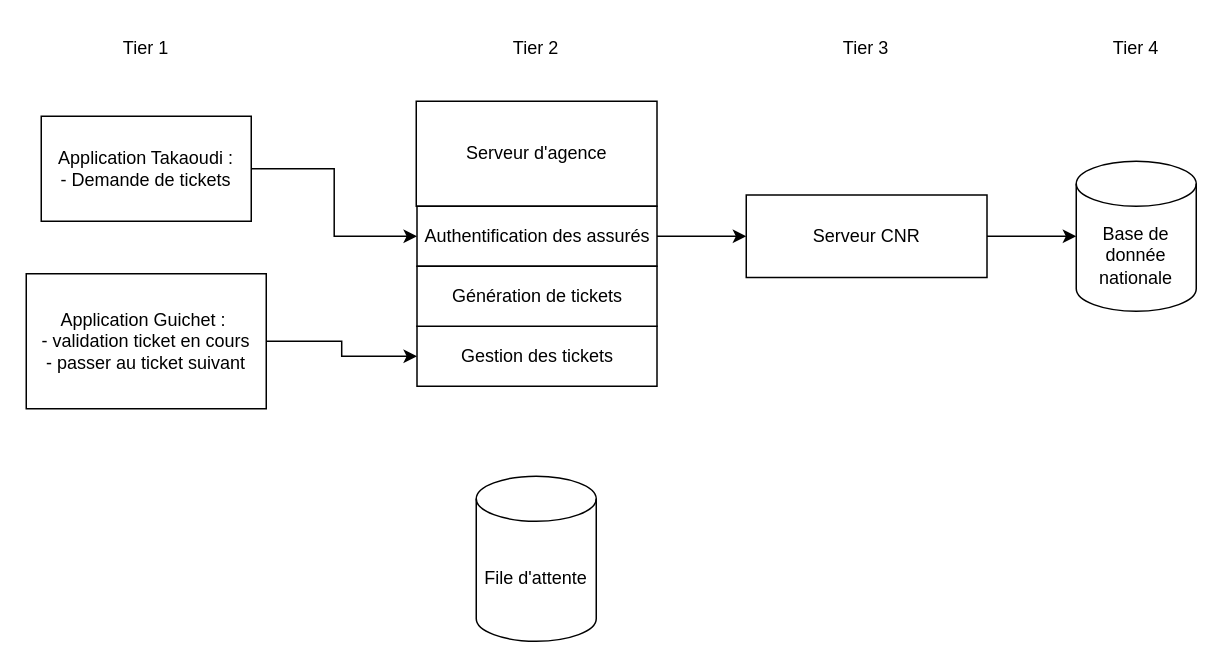
rryyyymmmmmmmm/e-tickets_takaoudi keeps this draw.io diagram as page "ArchitectureN-tier" (6 of 7) of diagrams/Diagramme.drawio. Above is the earlier version. Source tidied: cells renumbered, new cells numbered last; positions are measured from the earlier drawing's top-left corner, leaving out a move shared by most shapes. Both pictures are drawn from the tidied source at 150%, with x=0, y=0 at pixel (26, 26).
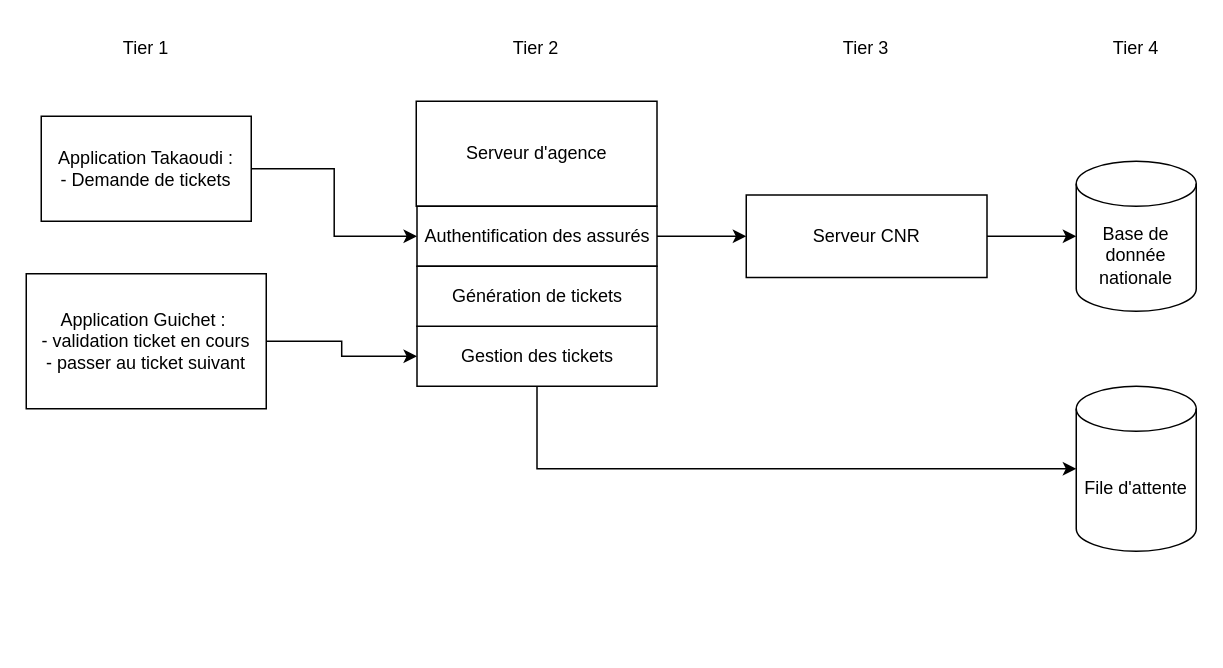
The same page after the edit.

What changed in the source:
```diff
@@
 <mxGraphModel>
   <root>
     <mxCell id="0" />
     <mxCell id="1" parent="0" />
     <mxCell id="2" value="File d'attente" style="shape=cylinder3;whiteSpace=wrap;html=1;boundedLbl=1;backgroundOutline=1;size=15;" parent="1" vertex="1">
-      <mxGeometry x="300" y="300" width="80" height="110" as="geometry" />
+      <mxGeometry x="700" y="240" width="80" height="110" as="geometry" />
     </mxCell>
     <mxCell id="3" style="edgeStyle=orthogonalEdgeStyle;rounded=0;jettySize=auto;html=1;exitX=1;exitY=0.5;exitDx=0;exitDy=0;entryX=0;entryY=0.5;entryDx=0;entryDy=0;" parent="1" edge="1" source="4" target="10">
       <mxGeometry relative="1" as="geometry" />
     </mxCell>
     <mxCell id="4" value="Application Takaoudi :&lt;div&gt;- Demande de tickets&lt;/div&gt;" style="rounded=0;whiteSpace=wrap;html=1;" parent="1" vertex="1">
       <mxGeometry x="10" y="60" width="140" height="70" as="geometry" />
     </mxCell>
+    <mxCell id="19" style="edgeStyle=orthogonalEdgeStyle;rounded=0;jettySize=auto;html=1;exitX=0.5;exitY=1;exitDx=0;exitDy=0;" parent="1" edge="1" source="5" target="2">
+      <mxGeometry relative="1" as="geometry" />
+    </mxCell>
     <mxCell id="5" value="Gestion des tickets" style="rounded=0;whiteSpace=wrap;html=1;" parent="1" vertex="1">
       <mxGeometry x="260.5" y="200" width="160" height="40" as="geometry" />
     </mxCell>
     <mxCell id="6" style="edgeStyle=orthogonalEdgeStyle;rounded=0;jettySize=auto;html=1;exitX=1;exitY=0.5;exitDx=0;exitDy=0;entryX=0;entryY=0.5;entryDx=0;entryDy=0;" parent="1" edge="1" source="7" target="5">
       <mxGeometry relative="1" as="geometry" />
     </mxCell>
     <mxCell id="7" value="Application Guichet :&amp;nbsp;&lt;div&gt;- validation ticket en cours&lt;/div&gt;&lt;div&gt;- passer au ticket suivant&lt;/div&gt;" style="rounded=0;whiteSpace=wrap;html=1;" parent="1" vertex="1">
       <mxGeometry y="165" width="160" height="90" as="geometry" />
     </mxCell>
     <mxCell id="8" style="edgeStyle=orthogonalEdgeStyle;rounded=0;jettySize=auto;html=1;entryX=0;entryY=0.5;entryDx=0;entryDy=0;exitX=1;exitY=0.5;exitDx=0;exitDy=0;" parent="1" edge="1" source="10" target="13">
       <mxGeometry relative="1" as="geometry" />
     </mxCell>
     <mxCell id="9" value="Serveur d'agence" style="rounded=0;whiteSpace=wrap;html=1;" parent="1" vertex="1">
       <mxGeometry x="260" y="50" width="160.5" height="70" as="geometry" />
     </mxCell>
     <mxCell id="10" value="Authentification des assurés" style="rounded=0;whiteSpace=wrap;html=1;" parent="1" vertex="1">
       <mxGeometry x="260.5" y="120" width="160" height="40" as="geometry" />
     </mxCell>
     <mxCell id="11" value="Génération de tickets" style="rounded=0;whiteSpace=wrap;html=1;" parent="1" vertex="1">
       <mxGeometry x="260.5" y="160" width="160" height="40" as="geometry" />
     </mxCell>
     <mxCell id="12" value="Base de donnée nationale" style="shape=cylinder3;whiteSpace=wrap;html=1;boundedLbl=1;backgroundOutline=1;size=15;" parent="1" vertex="1">
       <mxGeometry x="700" y="90" width="80" height="100" as="geometry" />
     </mxCell>
     <mxCell id="13" value="Serveur CNR" style="rounded=0;whiteSpace=wrap;html=1;" parent="1" vertex="1">
       <mxGeometry x="480" y="112.5" width="160.5" height="55" as="geometry" />
     </mxCell>
     <mxCell id="14" value="Tier 1" style="text;html=1;whiteSpace=wrap;strokeColor=none;fillColor=none;align=center;verticalAlign=middle;rounded=0;" parent="1" vertex="1">
       <mxGeometry x="50" width="60" height="30" as="geometry" />
     </mxCell>
     <mxCell id="15" value="Tier 2" style="text;html=1;whiteSpace=wrap;strokeColor=none;fillColor=none;align=center;verticalAlign=middle;rounded=0;" parent="1" vertex="1">
       <mxGeometry x="310" width="60" height="30" as="geometry" />
     </mxCell>
     <mxCell id="16" style="edgeStyle=orthogonalEdgeStyle;rounded=0;jettySize=auto;html=1;exitX=1;exitY=0.5;exitDx=0;exitDy=0;entryX=0;entryY=0.5;entryDx=0;entryDy=0;entryPerimeter=0;" parent="1" edge="1" source="13" target="12">
       <mxGeometry relative="1" as="geometry" />
     </mxCell>
     <mxCell id="17" value="Tier 3" style="text;html=1;whiteSpace=wrap;strokeColor=none;fillColor=none;align=center;verticalAlign=middle;rounded=0;" parent="1" vertex="1">
       <mxGeometry x="530.2" width="60" height="30" as="geometry" />
     </mxCell>
     <mxCell id="18" value="Tier 4" style="text;html=1;whiteSpace=wrap;strokeColor=none;fillColor=none;align=center;verticalAlign=middle;rounded=0;" parent="1" vertex="1">
       <mxGeometry x="710" width="60" height="30" as="geometry" />
     </mxCell>
   </root>
 </mxGraphModel>
```
